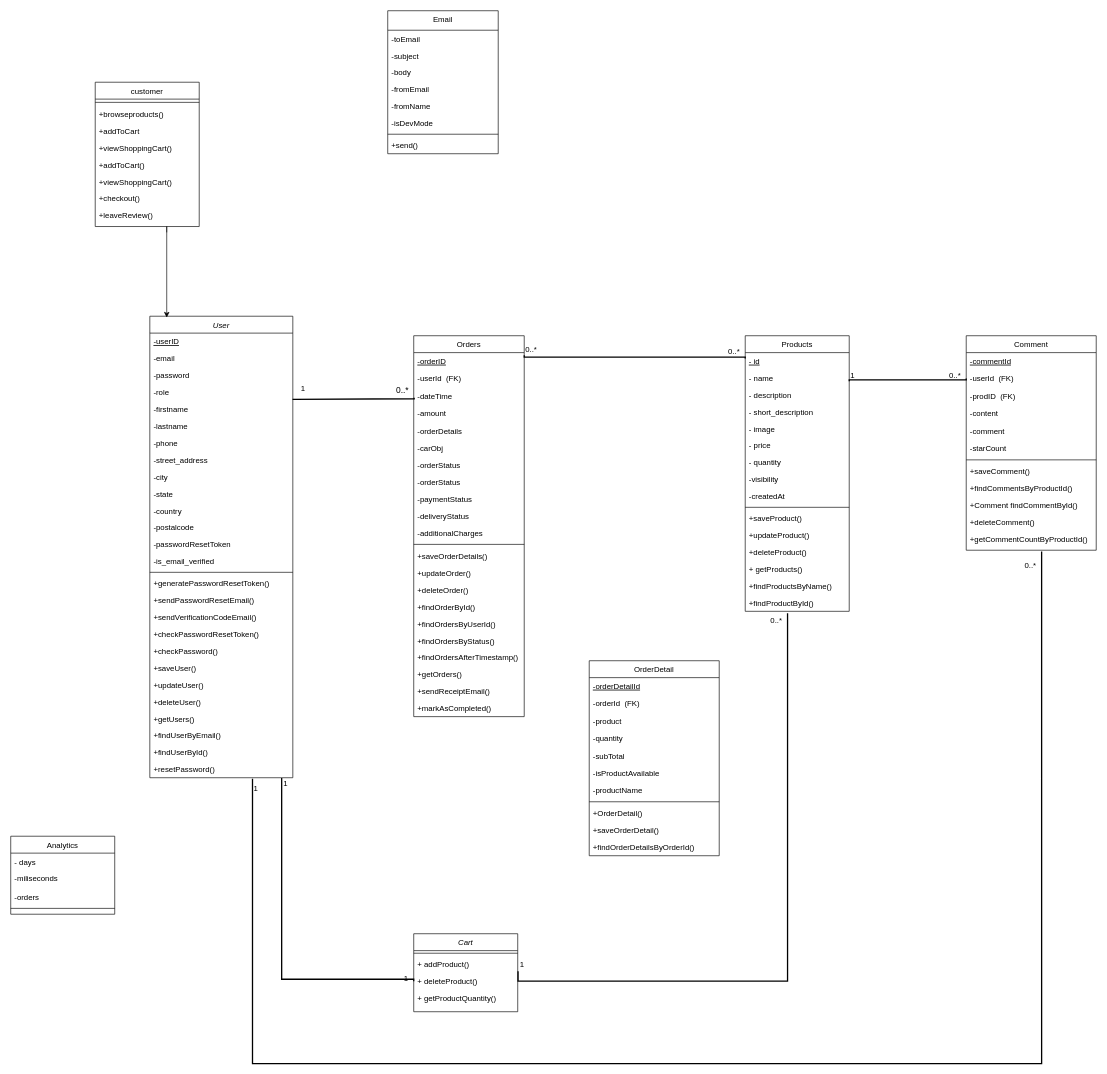
Earlier version of the draw.io diagram assets/diagrams/Class Diagram.drawio (isira-adithya/PUSL2024). Source tidied: cells renumbered, new cells numbered last; positions are measured from the earlier drawing's top-left corner, leaving out a move shared by most shapes. Both pictures are drawn from the tidied source at 65%, with x=0, y=0 at pixel (10, 10).
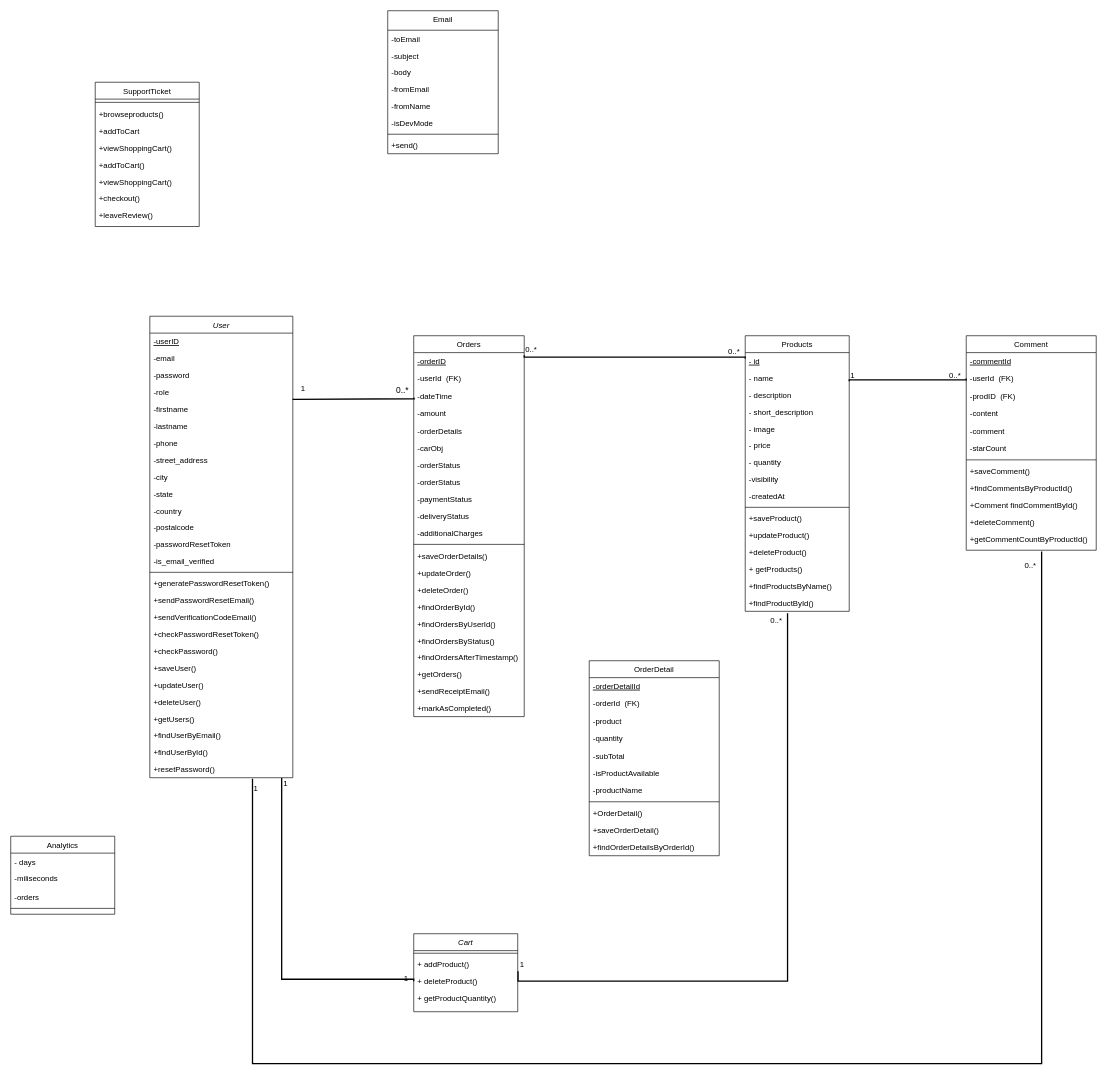
The same page after the edit.

Commit message:
added supportTicket class to class diagram

What changed in the source:
```diff
@@
-    <mxCell id="120" value="customer" style="swimlane;fontStyle=0;align=center;verticalAlign=top;horizontal=1;startSize=26;rounded=0;shadow=0;strokeWidth=1;" parent="1" vertex="1">
+    <mxCell id="120" value="SupportTicket" style="swimlane;fontStyle=0;align=center;verticalAlign=top;horizontal=1;startSize=26;rounded=0;shadow=0;strokeWidth=1;" parent="1" vertex="1">
       <mxGeometry x="130" y="110" width="160" height="222" as="geometry" />
     </mxCell>
@@
-    <mxCell id="129" style="endArrow=classic;html=1;rounded=0;edgeStyle=orthogonalEdgeStyle;entryX=0.5;entryY=0;entryDx=0;entryDy=0;" parent="1" edge="1">
-      <mxGeometry relative="1" as="geometry">
-        <mxPoint x="240" y="341" as="sourcePoint" />
-        <mxPoint x="240" y="472" as="targetPoint" />
-        <Array as="points">
-          <mxPoint x="240" y="332" />
-        </Array>
-      </mxGeometry>
-    </mxCell>
```
